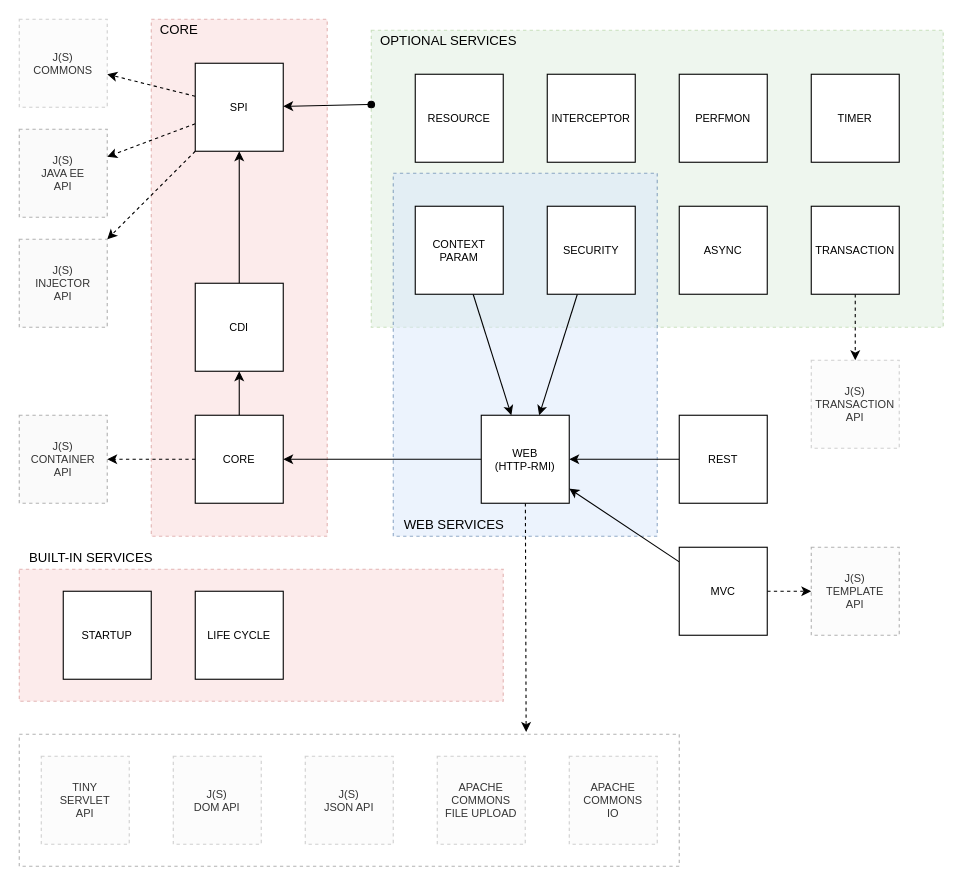
This is page "Container Architecture" (5 of 17) of docs/container.drawio from js-lib-com/tiny-container, a draw.io file, before an edit. Source tidied: cells renumbered, new cells numbered last; positions are measured from the earlier drawing's top-left corner, leaving out a move shared by most shapes. Both pictures are drawn from the tidied source at 110%, with x=0, y=0 at pixel (19, 19).
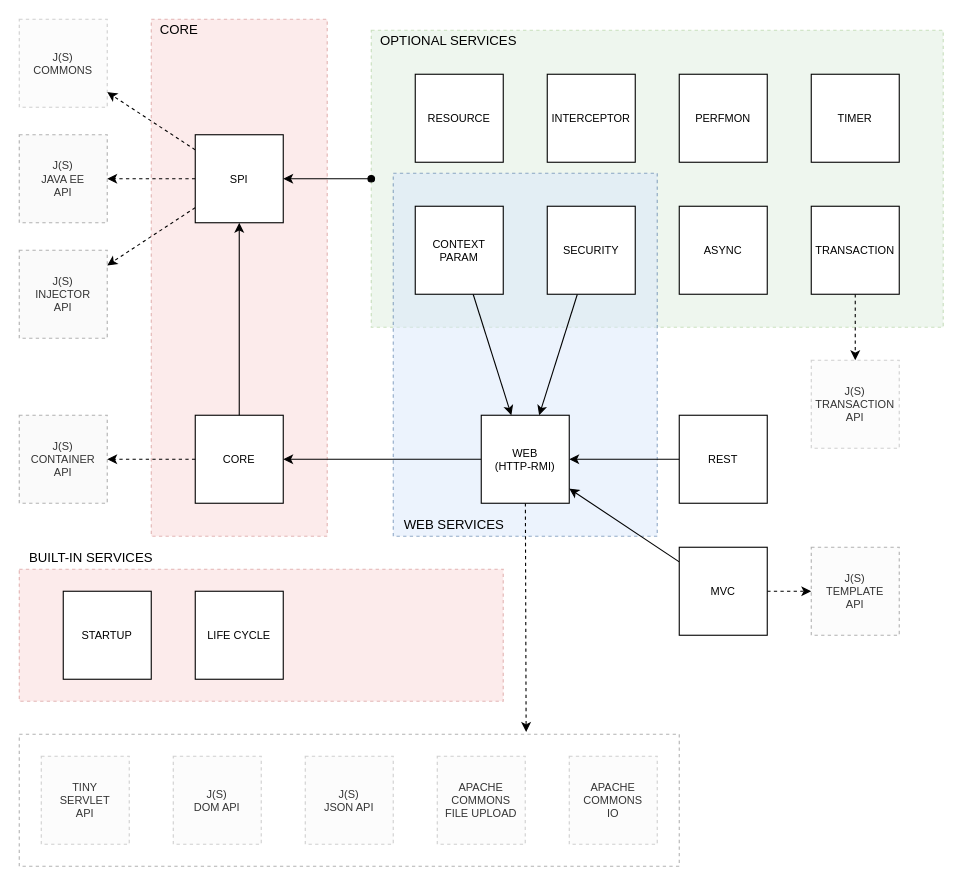
The same page after the edit.

Unchanged cells that the change refers to:
```xml
<mxCell id="3" style="rounded=0;whiteSpace=wrap;html=1;fontSize=10;opacity=40;fillColor=#d5e8d4;strokeColor=#82b366;dashed=1;" parent="1" vertex="1">
  <mxGeometry x="320" y="10" width="520" height="270" as="geometry" />
</mxCell>
<mxCell id="8" value="CORE" style="whiteSpace=wrap;html=1;fontSize=10;" parent="1" vertex="1">
  <mxGeometry x="160" y="360" width="80" height="80" as="geometry" />
</mxCell>
```

Diff of the diagram source:
```diff
@@
-    <mxCell id="7" style="edgeStyle=orthogonalEdgeStyle;rounded=0;jettySize=auto;html=1;fontSize=10;" parent="1" edge="1" source="8" target="12">
-      <mxGeometry relative="1" as="geometry" />
-    </mxCell>
@@
-    <mxCell id="9" style="edgeStyle=orthogonalEdgeStyle;rounded=0;jettySize=auto;html=1;fontSize=10;" parent="1" edge="1" source="12" target="26">
+    <mxCell id="9" style="edgeStyle=orthogonalEdgeStyle;rounded=0;jettySize=auto;html=1;fontSize=10;" parent="1" edge="1" source="8" target="26">
       <mxGeometry relative="1" as="geometry" />
     </mxCell>
@@
-    <mxCell id="12" value="CDI" style="whiteSpace=wrap;html=1;fontSize=10;" parent="1" vertex="1">
-      <mxGeometry x="160" y="240" width="80" height="80" as="geometry" />
-    </mxCell>
@@
     <mxCell id="26" value="SPI" style="whiteSpace=wrap;html=1;fontSize=10;" parent="1" vertex="1">
-      <mxGeometry x="160" y="40" width="80" height="80" as="geometry" />
+      <mxGeometry x="160" y="105" width="80" height="80" as="geometry" />
     </mxCell>
@@
     <mxCell id="33" value="J(S)&lt;br&gt;JAVA EE&lt;br&gt;API" style="whiteSpace=wrap;html=1;fontSize=10;fillColor=#f5f5f5;strokeColor=#666666;fontColor=#333333;opacity=50;dashed=1;" parent="1" vertex="1">
-      <mxGeometry y="100" width="80" height="80" as="geometry" />
+      <mxGeometry y="105" width="80" height="80" as="geometry" />
     </mxCell>
     <mxCell id="34" value="J(S)&lt;br&gt;INJECTOR&lt;br&gt;API" style="whiteSpace=wrap;html=1;fontSize=10;fillColor=#f5f5f5;strokeColor=#666666;fontColor=#333333;opacity=50;dashed=1;" parent="1" vertex="1">
-      <mxGeometry y="200" width="80" height="80" as="geometry" />
+      <mxGeometry y="210" width="80" height="80" as="geometry" />
     </mxCell>
@@
-    <mxCell id="39" style="rounded=0;jettySize=auto;html=1;fontSize=10;exitX=0;exitY=0.25;exitDx=0;exitDy=0;startArrow=oval;startFill=1;" parent="1" edge="1" source="3" target="26">
+    <mxCell id="39" style="rounded=0;jettySize=auto;html=1;fontSize=10;exitX=0;exitY=0.5;exitDx=0;exitDy=0;startArrow=oval;startFill=1;" parent="1" edge="1" source="3" target="26">
       <mxGeometry relative="1" as="geometry" />
     </mxCell>
```
